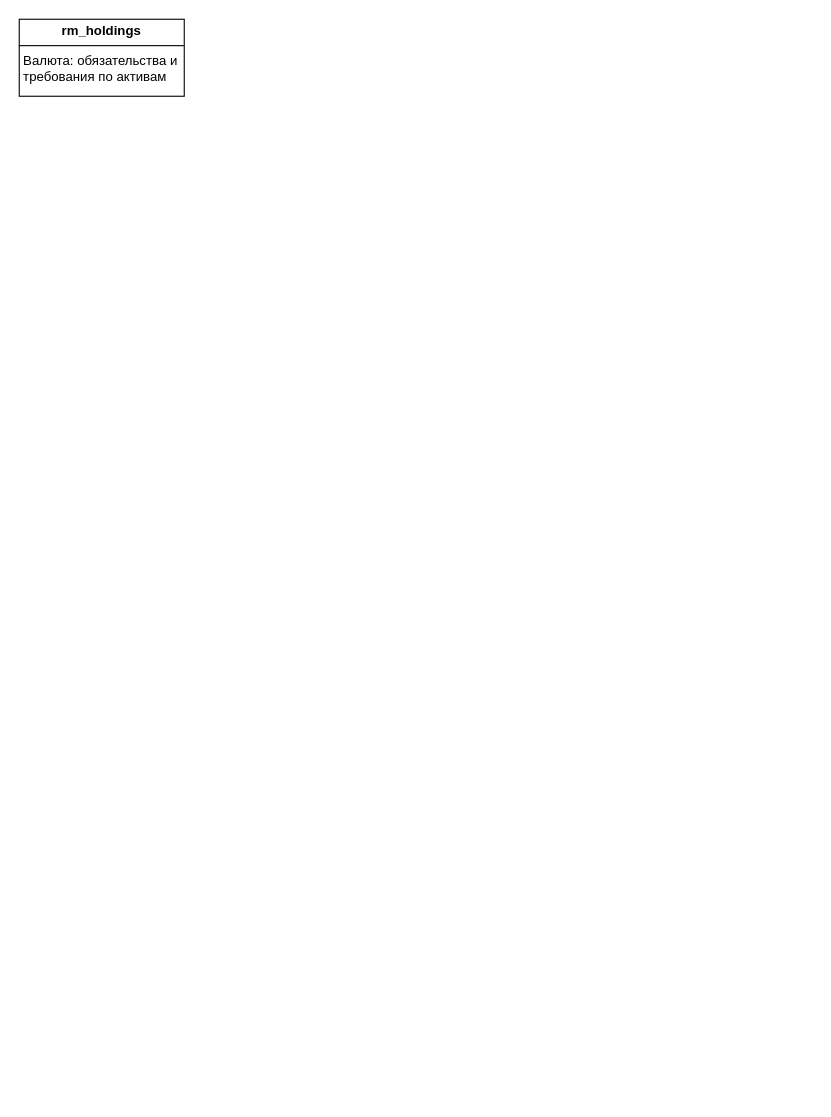
Before: diagrams/Диаграмма без названия.drawio in KondyubaBA/quiknet-doc, a draw.io diagram. Source tidied: cells renumbered, new cells numbered last; positions are measured from the earlier drawing's top-left corner, leaving out a move shared by most shapes. Both pictures are drawn from the tidied source at 110%, with x=0, y=0 at pixel (19, 19).
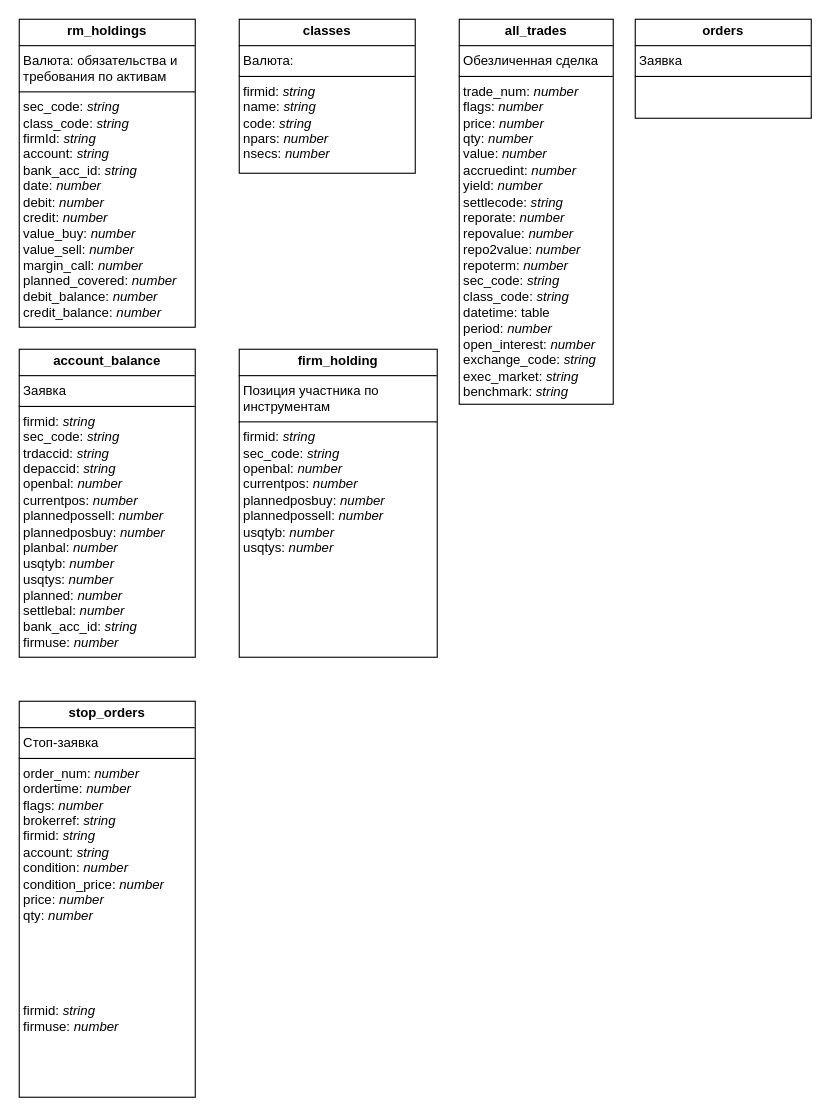
The same diagram, later.

Change to the diagram source:
```diff
@@
 <mxGraphModel>
   <root>
     <mxCell id="0" />
     <mxCell id="1" parent="0" />
-    <mxCell id="2" value="&lt;p style=&quot;margin:0px;margin-top:4px;text-align:center;&quot;&gt;&lt;b&gt;rm_holdings&lt;/b&gt;&lt;/p&gt;&lt;hr size=&quot;1&quot; style=&quot;border-style:solid;&quot;&gt;&lt;p style=&quot;margin:0px;margin-left:4px;&quot;&gt;Валюта: обязательства и требования по активам&lt;/p&gt;&lt;p style=&quot;margin:0px;margin-left:4px;&quot;&gt;&lt;br&gt;&lt;/p&gt;" style="verticalAlign=top;align=left;overflow=fill;html=1;whiteSpace=wrap;" parent="1" vertex="1">
-      <mxGeometry width="150" height="70" as="geometry" />
+    <mxCell id="2" value="&lt;p style=&quot;margin:0px;margin-top:4px;text-align:center;&quot;&gt;&lt;b&gt;rm_holdings&lt;/b&gt;&lt;/p&gt;&lt;hr size=&quot;1&quot; style=&quot;border-style:solid;&quot;&gt;&lt;p style=&quot;margin:0px;margin-left:4px;&quot;&gt;Валюта: обязательства и требования по активам&lt;/p&gt;&lt;hr size=&quot;1&quot; style=&quot;border-style:solid;&quot;&gt;&lt;p style=&quot;margin:0px;margin-left:4px;&quot;&gt;sec_code: &lt;i&gt;string&lt;/i&gt;&lt;/p&gt;&lt;p style=&quot;margin:0px;margin-left:4px;&quot;&gt;class_code:&amp;nbsp;&lt;i style=&quot;background-color: initial;&quot;&gt;string&lt;/i&gt;&lt;/p&gt;&lt;p style=&quot;margin:0px;margin-left:4px;&quot;&gt;&lt;span style=&quot;background-color: initial;&quot;&gt;firmId:&amp;nbsp;&lt;/span&gt;&lt;i style=&quot;background-color: initial;&quot;&gt;string&lt;/i&gt;&lt;/p&gt;&lt;p style=&quot;margin:0px;margin-left:4px;&quot;&gt;&lt;span style=&quot;background-color: initial;&quot;&gt;account:&amp;nbsp;&lt;/span&gt;&lt;i style=&quot;background-color: initial;&quot;&gt;string&lt;/i&gt;&lt;/p&gt;&lt;p style=&quot;margin:0px;margin-left:4px;&quot;&gt;&lt;span style=&quot;background-color: initial;&quot;&gt;bank_acc_id:&amp;nbsp;&lt;/span&gt;&lt;i style=&quot;background-color: initial;&quot;&gt;string&lt;/i&gt;&lt;/p&gt;&lt;p style=&quot;margin:0px;margin-left:4px;&quot;&gt;&lt;span style=&quot;background-color: initial;&quot;&gt;date:&amp;nbsp;&lt;/span&gt;&lt;span style=&quot;background-color: initial;&quot;&gt;&lt;i&gt;number&lt;/i&gt;&lt;/span&gt;&lt;/p&gt;&lt;p style=&quot;margin:0px;margin-left:4px;&quot;&gt;&lt;span style=&quot;background-color: initial;&quot;&gt;debit:&amp;nbsp;&lt;/span&gt;&lt;i style=&quot;background-color: initial;&quot;&gt;number&lt;/i&gt;&lt;/p&gt;&lt;p style=&quot;margin:0px;margin-left:4px;&quot;&gt;&lt;span style=&quot;background-color: initial;&quot;&gt;credit:&amp;nbsp;&lt;/span&gt;&lt;i style=&quot;background-color: initial;&quot;&gt;number&lt;/i&gt;&lt;/p&gt;&lt;p style=&quot;margin:0px;margin-left:4px;&quot;&gt;&lt;span style=&quot;background-color: initial;&quot;&gt;value_buy:&amp;nbsp;&lt;/span&gt;&lt;i style=&quot;background-color: initial;&quot;&gt;number&lt;/i&gt;&lt;/p&gt;&lt;p style=&quot;margin:0px;margin-left:4px;&quot;&gt;&lt;span style=&quot;background-color: initial;&quot;&gt;value_sell:&amp;nbsp;&lt;/span&gt;&lt;i style=&quot;background-color: initial;&quot;&gt;number&lt;/i&gt;&lt;/p&gt;&lt;p style=&quot;margin:0px;margin-left:4px;&quot;&gt;&lt;span style=&quot;background-color: initial;&quot;&gt;margin_call:&amp;nbsp;&lt;/span&gt;&lt;i style=&quot;background-color: initial;&quot;&gt;number&lt;/i&gt;&lt;/p&gt;&lt;p style=&quot;margin:0px;margin-left:4px;&quot;&gt;&lt;span style=&quot;background-color: initial;&quot;&gt;planned_covered:&amp;nbsp;&lt;/span&gt;&lt;i style=&quot;background-color: initial;&quot;&gt;number&lt;/i&gt;&lt;/p&gt;&lt;p style=&quot;margin:0px;margin-left:4px;&quot;&gt;&lt;span style=&quot;background-color: initial;&quot;&gt;debit_balance:&amp;nbsp;&lt;/span&gt;&lt;i style=&quot;background-color: initial;&quot;&gt;number&lt;/i&gt;&lt;/p&gt;&lt;p style=&quot;margin:0px;margin-left:4px;&quot;&gt;&lt;span style=&quot;background-color: initial;&quot;&gt;credit_balance:&amp;nbsp;&lt;/span&gt;&lt;i style=&quot;background-color: initial;&quot;&gt;number&lt;/i&gt;&lt;/p&gt;&lt;p style=&quot;margin:0px;margin-left:4px;&quot;&gt;&lt;span style=&quot;background-color: initial;&quot;&gt;&lt;i&gt;&lt;br&gt;&lt;/i&gt;&lt;/span&gt;&lt;/p&gt;" style="verticalAlign=top;align=left;overflow=fill;html=1;whiteSpace=wrap;" parent="1" vertex="1">
+      <mxGeometry width="160" height="280" as="geometry" />
     </mxCell>
+    <mxCell id="3" value="&lt;p style=&quot;margin:0px;margin-top:4px;text-align:center;&quot;&gt;&lt;b&gt;classes&lt;/b&gt;&lt;/p&gt;&lt;hr size=&quot;1&quot; style=&quot;border-style:solid;&quot;&gt;&lt;p style=&quot;margin:0px;margin-left:4px;&quot;&gt;Валюта:&amp;nbsp;&lt;/p&gt;&lt;hr size=&quot;1&quot; style=&quot;border-style:solid;&quot;&gt;&lt;p style=&quot;margin:0px;margin-left:4px;&quot;&gt;firmid: &lt;i&gt;string&lt;/i&gt;&lt;/p&gt;&lt;p style=&quot;margin:0px;margin-left:4px;&quot;&gt;name:&amp;nbsp;&lt;i style=&quot;background-color: initial;&quot;&gt;string&lt;/i&gt;&lt;/p&gt;&lt;p style=&quot;margin:0px;margin-left:4px;&quot;&gt;&lt;span style=&quot;background-color: initial;&quot;&gt;code:&amp;nbsp;&lt;/span&gt;&lt;i style=&quot;background-color: initial;&quot;&gt;string&lt;/i&gt;&lt;/p&gt;&lt;p style=&quot;margin:0px;margin-left:4px;&quot;&gt;&lt;span style=&quot;background-color: initial;&quot;&gt;npars:&amp;nbsp;&lt;/span&gt;&lt;span style=&quot;background-color: initial;&quot;&gt;&lt;i&gt;number&lt;/i&gt;&lt;/span&gt;&lt;/p&gt;&lt;p style=&quot;margin:0px;margin-left:4px;&quot;&gt;&lt;span style=&quot;background-color: initial;&quot;&gt;nsecs:&amp;nbsp;&lt;/span&gt;&lt;i style=&quot;background-color: initial;&quot;&gt;number&lt;/i&gt;&lt;/p&gt;&lt;p style=&quot;margin:0px;margin-left:4px;&quot;&gt;&lt;span style=&quot;background-color: initial;&quot;&gt;&lt;i&gt;&lt;br&gt;&lt;/i&gt;&lt;/span&gt;&lt;/p&gt;" style="verticalAlign=top;align=left;overflow=fill;html=1;whiteSpace=wrap;" parent="1" vertex="1">
+      <mxGeometry x="200" width="160" height="140" as="geometry" />
+    </mxCell>
+    <mxCell id="4" value="&lt;p style=&quot;margin:0px;margin-top:4px;text-align:center;&quot;&gt;&lt;b&gt;all_trades&lt;/b&gt;&lt;/p&gt;&lt;hr size=&quot;1&quot; style=&quot;border-style:solid;&quot;&gt;&lt;p style=&quot;margin:0px;margin-left:4px;&quot;&gt;Обезличенная сделка&lt;/p&gt;&lt;hr size=&quot;1&quot; style=&quot;border-style:solid;&quot;&gt;&lt;p style=&quot;margin:0px;margin-left:4px;&quot;&gt;trade_num:&amp;nbsp;&lt;i style=&quot;background-color: initial;&quot;&gt;number&lt;/i&gt;&lt;/p&gt;&lt;p style=&quot;margin:0px;margin-left:4px;&quot;&gt;flags:&amp;nbsp;&lt;i style=&quot;background-color: initial;&quot;&gt;number&lt;/i&gt;&lt;/p&gt;&lt;p style=&quot;margin:0px;margin-left:4px;&quot;&gt;&lt;span style=&quot;background-color: initial;&quot;&gt;price:&amp;nbsp;&lt;/span&gt;&lt;i style=&quot;background-color: initial;&quot;&gt;number&lt;/i&gt;&lt;/p&gt;&lt;p style=&quot;margin:0px;margin-left:4px;&quot;&gt;qty:&amp;nbsp;&lt;i style=&quot;background-color: initial;&quot;&gt;number&lt;/i&gt;&lt;/p&gt;&lt;p style=&quot;margin:0px;margin-left:4px;&quot;&gt;&lt;span style=&quot;background-color: initial;&quot;&gt;value:&amp;nbsp;&lt;/span&gt;&lt;i style=&quot;background-color: initial;&quot;&gt;number&lt;/i&gt;&lt;/p&gt;&lt;p style=&quot;margin:0px;margin-left:4px;&quot;&gt;accruedint:&amp;nbsp;&lt;i style=&quot;background-color: initial;&quot;&gt;number&lt;/i&gt;&lt;/p&gt;&lt;p style=&quot;margin:0px;margin-left:4px;&quot;&gt;yield:&amp;nbsp;&lt;i style=&quot;background-color: initial;&quot;&gt;number&lt;/i&gt;&lt;/p&gt;&lt;p style=&quot;margin:0px;margin-left:4px;&quot;&gt;&lt;span style=&quot;background-color: initial;&quot;&gt;settlecode:&amp;nbsp;&lt;/span&gt;&lt;span style=&quot;background-color: initial;&quot;&gt;&lt;i&gt;string&lt;/i&gt;&lt;/span&gt;&lt;/p&gt;&lt;p style=&quot;margin:0px;margin-left:4px;&quot;&gt;reporate:&amp;nbsp;&lt;i style=&quot;background-color: initial;&quot;&gt;number&lt;/i&gt;&lt;/p&gt;&lt;p style=&quot;margin:0px;margin-left:4px;&quot;&gt;&lt;span style=&quot;background-color: initial;&quot;&gt;repovalue:&amp;nbsp;&lt;/span&gt;&lt;i style=&quot;background-color: initial;&quot;&gt;number&lt;/i&gt;&lt;/p&gt;&lt;p style=&quot;margin:0px;margin-left:4px;&quot;&gt;&lt;span style=&quot;background-color: initial;&quot;&gt;repo2value:&amp;nbsp;&lt;/span&gt;&lt;i style=&quot;background-color: initial;&quot;&gt;number&lt;/i&gt;&lt;/p&gt;&lt;p style=&quot;margin:0px;margin-left:4px;&quot;&gt;repoterm:&amp;nbsp;&lt;i style=&quot;background-color: initial;&quot;&gt;number&lt;/i&gt;&lt;/p&gt;&lt;p style=&quot;margin:0px;margin-left:4px;&quot;&gt;&lt;span style=&quot;background-color: initial;&quot;&gt;sec_code:&amp;nbsp;&lt;/span&gt;&lt;i style=&quot;background-color: initial;&quot;&gt;string&lt;/i&gt;&lt;/p&gt;&lt;p style=&quot;margin:0px;margin-left:4px;&quot;&gt;&lt;span style=&quot;background-color: initial;&quot;&gt;class_code:&amp;nbsp;&lt;/span&gt;&lt;i style=&quot;background-color: initial;&quot;&gt;string&lt;/i&gt;&lt;/p&gt;&lt;p style=&quot;margin:0px;margin-left:4px;&quot;&gt;datetime: table&lt;/p&gt;&lt;p style=&quot;margin:0px;margin-left:4px;&quot;&gt;period:&amp;nbsp;&lt;i style=&quot;background-color: initial;&quot;&gt;number&lt;/i&gt;&lt;/p&gt;&lt;p style=&quot;margin:0px;margin-left:4px;&quot;&gt;&lt;span style=&quot;background-color: initial;&quot;&gt;open_interest:&amp;nbsp;&lt;/span&gt;&lt;i style=&quot;background-color: initial;&quot;&gt;number&lt;/i&gt;&lt;/p&gt;&lt;p style=&quot;margin:0px;margin-left:4px;&quot;&gt;exchange_code:&amp;nbsp;&lt;i style=&quot;background-color: initial;&quot;&gt;string&lt;/i&gt;&lt;/p&gt;&lt;p style=&quot;margin:0px;margin-left:4px;&quot;&gt;exec_market:&amp;nbsp;&lt;i style=&quot;background-color: initial;&quot;&gt;string&lt;/i&gt;&lt;/p&gt;&lt;p style=&quot;margin:0px;margin-left:4px;&quot;&gt;&lt;span style=&quot;background-color: initial;&quot;&gt;benchmark:&amp;nbsp;&lt;/span&gt;&lt;i style=&quot;background-color: initial;&quot;&gt;string&lt;/i&gt;&lt;/p&gt;" style="verticalAlign=top;align=left;overflow=fill;html=1;whiteSpace=wrap;" parent="1" vertex="1">
+      <mxGeometry x="400" width="140" height="350" as="geometry" />
+    </mxCell>
+    <mxCell id="5" value="&lt;p style=&quot;margin:0px;margin-top:4px;text-align:center;&quot;&gt;&lt;b&gt;orders&lt;/b&gt;&lt;/p&gt;&lt;hr size=&quot;1&quot; style=&quot;border-style:solid;&quot;&gt;&lt;p style=&quot;margin:0px;margin-left:4px;&quot;&gt;Заявка&amp;nbsp;&lt;/p&gt;&lt;hr size=&quot;1&quot; style=&quot;border-style:solid;&quot;&gt;&lt;p style=&quot;margin:0px;margin-left:4px;&quot;&gt;&lt;br&gt;&lt;/p&gt;" style="verticalAlign=top;align=left;overflow=fill;html=1;whiteSpace=wrap;" parent="1" vertex="1">
+      <mxGeometry x="560" width="160" height="90" as="geometry" />
+    </mxCell>
+    <mxCell id="6" value="&lt;p style=&quot;margin:0px;margin-top:4px;text-align:center;&quot;&gt;&lt;b&gt;account_balance&lt;/b&gt;&lt;/p&gt;&lt;hr size=&quot;1&quot; style=&quot;border-style:solid;&quot;&gt;&lt;p style=&quot;margin:0px;margin-left:4px;&quot;&gt;Заявка&amp;nbsp;&lt;/p&gt;&lt;hr size=&quot;1&quot; style=&quot;border-style:solid;&quot;&gt;&lt;p style=&quot;margin:0px;margin-left:4px;&quot;&gt;firmid:&amp;nbsp;&lt;i style=&quot;background-color: initial;&quot;&gt;string&lt;/i&gt;&lt;/p&gt;&lt;p style=&quot;margin:0px;margin-left:4px;&quot;&gt;&lt;span style=&quot;background-color: initial;&quot;&gt;sec_code:&amp;nbsp;&lt;/span&gt;&lt;i style=&quot;background-color: initial;&quot;&gt;string&lt;/i&gt;&lt;/p&gt;&lt;p style=&quot;margin:0px;margin-left:4px;&quot;&gt;&lt;span style=&quot;background-color: initial;&quot;&gt;trdaccid:&amp;nbsp;&lt;/span&gt;&lt;i style=&quot;background-color: initial;&quot;&gt;string&lt;/i&gt;&lt;/p&gt;&lt;p style=&quot;margin:0px;margin-left:4px;&quot;&gt;&lt;span style=&quot;background-color: initial;&quot;&gt;depaccid:&amp;nbsp;&lt;/span&gt;&lt;i style=&quot;background-color: initial;&quot;&gt;string&lt;/i&gt;&lt;/p&gt;&lt;p style=&quot;margin:0px;margin-left:4px;&quot;&gt;&lt;span style=&quot;background-color: initial;&quot;&gt;openbal:&amp;nbsp;&lt;/span&gt;&lt;i style=&quot;background-color: initial;&quot;&gt;number&lt;/i&gt;&lt;/p&gt;&lt;p style=&quot;margin:0px;margin-left:4px;&quot;&gt;&lt;span style=&quot;background-color: initial;&quot;&gt;currentpos:&amp;nbsp;&lt;/span&gt;&lt;i style=&quot;background-color: initial;&quot;&gt;number&lt;/i&gt;&lt;/p&gt;&lt;p style=&quot;margin:0px;margin-left:4px;&quot;&gt;&lt;span style=&quot;background-color: initial;&quot;&gt;plannedpossell:&amp;nbsp;&lt;/span&gt;&lt;i style=&quot;background-color: initial;&quot;&gt;number&lt;/i&gt;&lt;/p&gt;&lt;p style=&quot;margin:0px;margin-left:4px;&quot;&gt;&lt;span style=&quot;background-color: initial;&quot;&gt;plannedposbuy:&amp;nbsp;&lt;/span&gt;&lt;i style=&quot;background-color: initial;&quot;&gt;number&lt;/i&gt;&lt;/p&gt;&lt;p style=&quot;margin:0px;margin-left:4px;&quot;&gt;&lt;span style=&quot;background-color: initial;&quot;&gt;planbal:&amp;nbsp;&lt;/span&gt;&lt;i style=&quot;background-color: initial;&quot;&gt;number&lt;/i&gt;&lt;/p&gt;&lt;p style=&quot;margin:0px;margin-left:4px;&quot;&gt;&lt;span style=&quot;background-color: initial;&quot;&gt;usqtyb:&amp;nbsp;&lt;/span&gt;&lt;i style=&quot;background-color: initial;&quot;&gt;number&lt;/i&gt;&lt;/p&gt;&lt;p style=&quot;margin:0px;margin-left:4px;&quot;&gt;&lt;span style=&quot;background-color: initial;&quot;&gt;usqtys:&amp;nbsp;&lt;/span&gt;&lt;i style=&quot;background-color: initial;&quot;&gt;number&lt;/i&gt;&lt;/p&gt;&lt;p style=&quot;margin:0px;margin-left:4px;&quot;&gt;&lt;span style=&quot;background-color: initial;&quot;&gt;planned:&amp;nbsp;&lt;/span&gt;&lt;i style=&quot;background-color: initial;&quot;&gt;number&lt;/i&gt;&lt;/p&gt;&lt;p style=&quot;margin:0px;margin-left:4px;&quot;&gt;&lt;span style=&quot;background-color: initial;&quot;&gt;settlebal:&amp;nbsp;&lt;/span&gt;&lt;i style=&quot;background-color: initial;&quot;&gt;number&lt;/i&gt;&lt;/p&gt;&lt;p style=&quot;margin:0px;margin-left:4px;&quot;&gt;&lt;span style=&quot;background-color: initial;&quot;&gt;bank_acc_id:&amp;nbsp;&lt;/span&gt;&lt;i style=&quot;background-color: initial;&quot;&gt;string&lt;/i&gt;&lt;/p&gt;&lt;p style=&quot;margin:0px;margin-left:4px;&quot;&gt;&lt;span style=&quot;background-color: initial;&quot;&gt;firmuse:&amp;nbsp;&lt;/span&gt;&lt;i style=&quot;background-color: initial;&quot;&gt;number&lt;/i&gt;&lt;/p&gt;" style="verticalAlign=top;align=left;overflow=fill;html=1;whiteSpace=wrap;" parent="1" vertex="1">
+      <mxGeometry y="300" width="160" height="280" as="geometry" />
+    </mxCell>
+    <mxCell id="7" value="&lt;p style=&quot;margin:0px;margin-top:4px;text-align:center;&quot;&gt;&lt;b&gt;firm_holding&lt;/b&gt;&lt;/p&gt;&lt;hr size=&quot;1&quot; style=&quot;border-style:solid;&quot;&gt;&lt;p style=&quot;margin:0px;margin-left:4px;&quot;&gt;Позиция участника по инструментам&lt;/p&gt;&lt;hr size=&quot;1&quot; style=&quot;border-style:solid;&quot;&gt;&lt;p style=&quot;margin:0px;margin-left:4px;&quot;&gt;firmid:&amp;nbsp;&lt;i style=&quot;background-color: initial;&quot;&gt;string&lt;/i&gt;&lt;/p&gt;&lt;p style=&quot;margin:0px;margin-left:4px;&quot;&gt;sec_code:&amp;nbsp;&lt;i style=&quot;background-color: initial;&quot;&gt;string&lt;/i&gt;&lt;/p&gt;&lt;p style=&quot;margin:0px;margin-left:4px;&quot;&gt;&lt;span style=&quot;background-color: initial;&quot;&gt;openbal:&amp;nbsp;&lt;/span&gt;&lt;i style=&quot;background-color: initial;&quot;&gt;number&lt;/i&gt;&lt;/p&gt;&lt;p style=&quot;margin:0px;margin-left:4px;&quot;&gt;&lt;span style=&quot;background-color: initial;&quot;&gt;currentpos:&amp;nbsp;&lt;/span&gt;&lt;i style=&quot;background-color: initial;&quot;&gt;number&lt;/i&gt;&lt;/p&gt;&lt;p style=&quot;margin:0px;margin-left:4px;&quot;&gt;&lt;span style=&quot;background-color: initial;&quot;&gt;plannedposbuy:&amp;nbsp;&lt;/span&gt;&lt;i style=&quot;background-color: initial;&quot;&gt;number&lt;/i&gt;&lt;/p&gt;&lt;p style=&quot;margin:0px;margin-left:4px;&quot;&gt;&lt;span style=&quot;background-color: initial;&quot;&gt;plannedpossell:&amp;nbsp;&lt;/span&gt;&lt;i style=&quot;background-color: initial;&quot;&gt;number&lt;/i&gt;&lt;/p&gt;&lt;p style=&quot;margin:0px;margin-left:4px;&quot;&gt;&lt;span style=&quot;background-color: initial;&quot;&gt;usqtyb:&amp;nbsp;&lt;/span&gt;&lt;i style=&quot;background-color: initial;&quot;&gt;number&lt;/i&gt;&lt;/p&gt;&lt;p style=&quot;margin:0px;margin-left:4px;&quot;&gt;&lt;span style=&quot;background-color: initial;&quot;&gt;usqtys:&amp;nbsp;&lt;/span&gt;&lt;i style=&quot;background-color: initial;&quot;&gt;number&lt;/i&gt;&lt;/p&gt;" style="verticalAlign=top;align=left;overflow=fill;html=1;whiteSpace=wrap;" parent="1" vertex="1">
+      <mxGeometry x="200" y="300" width="180" height="280" as="geometry" />
+    </mxCell>
+    <mxCell id="8" value="&lt;p style=&quot;margin:0px;margin-top:4px;text-align:center;&quot;&gt;&lt;b&gt;stop_orders&lt;/b&gt;&lt;/p&gt;&lt;hr size=&quot;1&quot; style=&quot;border-style:solid;&quot;&gt;&lt;p style=&quot;margin:0px;margin-left:4px;&quot;&gt;Стоп-заявка&lt;/p&gt;&lt;hr size=&quot;1&quot; style=&quot;border-style:solid;&quot;&gt;&lt;p style=&quot;margin:0px;margin-left:4px;&quot;&gt;order_num:&amp;nbsp;&lt;i style=&quot;background-color: initial;&quot;&gt;number&lt;/i&gt;&lt;/p&gt;&lt;p style=&quot;margin:0px;margin-left:4px;&quot;&gt;&lt;span style=&quot;background-color: initial;&quot;&gt;ordertime:&amp;nbsp;&lt;/span&gt;&lt;i style=&quot;background-color: initial;&quot;&gt;number&lt;/i&gt;&lt;/p&gt;&lt;p style=&quot;margin:0px;margin-left:4px;&quot;&gt;&lt;span style=&quot;background-color: initial;&quot;&gt;flags:&amp;nbsp;&lt;/span&gt;&lt;i style=&quot;background-color: initial;&quot;&gt;number&lt;/i&gt;&lt;/p&gt;&lt;p style=&quot;margin:0px;margin-left:4px;&quot;&gt;&lt;span style=&quot;background-color: initial;&quot;&gt;brokerref: &lt;i&gt;s&lt;/i&gt;&lt;/span&gt;&lt;i style=&quot;background-color: initial;&quot;&gt;tring&lt;/i&gt;&lt;/p&gt;&lt;p style=&quot;margin:0px;margin-left:4px;&quot;&gt;firmid:&amp;nbsp;&lt;span style=&quot;background-color: initial;&quot;&gt;&lt;i&gt;s&lt;/i&gt;&lt;/span&gt;&lt;i style=&quot;background-color: initial;&quot;&gt;tring&lt;/i&gt;&lt;/p&gt;&lt;p style=&quot;margin:0px;margin-left:4px;&quot;&gt;&lt;span style=&quot;background-color: initial;&quot;&gt;account:&amp;nbsp;&lt;/span&gt;&lt;span style=&quot;background-color: initial;&quot;&gt;&lt;i&gt;s&lt;/i&gt;&lt;/span&gt;&lt;i style=&quot;background-color: initial;&quot;&gt;tring&lt;/i&gt;&lt;/p&gt;&lt;p style=&quot;margin:0px;margin-left:4px;&quot;&gt;&lt;span style=&quot;background-color: initial;&quot;&gt;condition:&amp;nbsp;&lt;/span&gt;&lt;i style=&quot;background-color: initial;&quot;&gt;number&lt;/i&gt;&lt;/p&gt;&lt;p style=&quot;margin:0px;margin-left:4px;&quot;&gt;&lt;span style=&quot;background-color: initial;&quot;&gt;condition_price:&amp;nbsp;&lt;/span&gt;&lt;i style=&quot;background-color: initial;&quot;&gt;number&lt;/i&gt;&lt;/p&gt;&lt;p style=&quot;margin:0px;margin-left:4px;&quot;&gt;&lt;span style=&quot;background-color: initial;&quot;&gt;price:&amp;nbsp;&lt;/span&gt;&lt;i style=&quot;background-color: initial;&quot;&gt;number&lt;/i&gt;&lt;/p&gt;&lt;p style=&quot;margin:0px;margin-left:4px;&quot;&gt;&lt;span style=&quot;background-color: initial;&quot;&gt;qty:&amp;nbsp;&lt;/span&gt;&lt;i style=&quot;background-color: initial;&quot;&gt;number&lt;/i&gt;&lt;/p&gt;&lt;p style=&quot;margin:0px;margin-left:4px;&quot;&gt;&lt;i style=&quot;background-color: initial;&quot;&gt;&lt;br&gt;&lt;/i&gt;&lt;/p&gt;&lt;p style=&quot;margin:0px;margin-left:4px;&quot;&gt;&lt;i style=&quot;background-color: initial;&quot;&gt;&lt;br&gt;&lt;/i&gt;&lt;/p&gt;&lt;p style=&quot;margin:0px;margin-left:4px;&quot;&gt;&lt;i style=&quot;background-color: initial;&quot;&gt;&lt;br&gt;&lt;/i&gt;&lt;/p&gt;&lt;p style=&quot;margin:0px;margin-left:4px;&quot;&gt;&lt;i style=&quot;background-color: initial;&quot;&gt;&lt;br&gt;&lt;/i&gt;&lt;/p&gt;&lt;p style=&quot;margin:0px;margin-left:4px;&quot;&gt;&lt;br&gt;&lt;/p&gt;&lt;p style=&quot;margin:0px;margin-left:4px;&quot;&gt;firmid:&amp;nbsp;&lt;i style=&quot;background-color: initial;&quot;&gt;string&lt;/i&gt;&lt;/p&gt;&lt;p style=&quot;margin:0px;margin-left:4px;&quot;&gt;&lt;span style=&quot;background-color: initial;&quot;&gt;firmuse:&amp;nbsp;&lt;/span&gt;&lt;i style=&quot;background-color: initial;&quot;&gt;number&lt;/i&gt;&lt;/p&gt;" style="verticalAlign=top;align=left;overflow=fill;html=1;whiteSpace=wrap;" parent="1" vertex="1">
+      <mxGeometry y="620" width="160" height="360" as="geometry" />
+    </mxCell>
   </root>
 </mxGraphModel>
```
